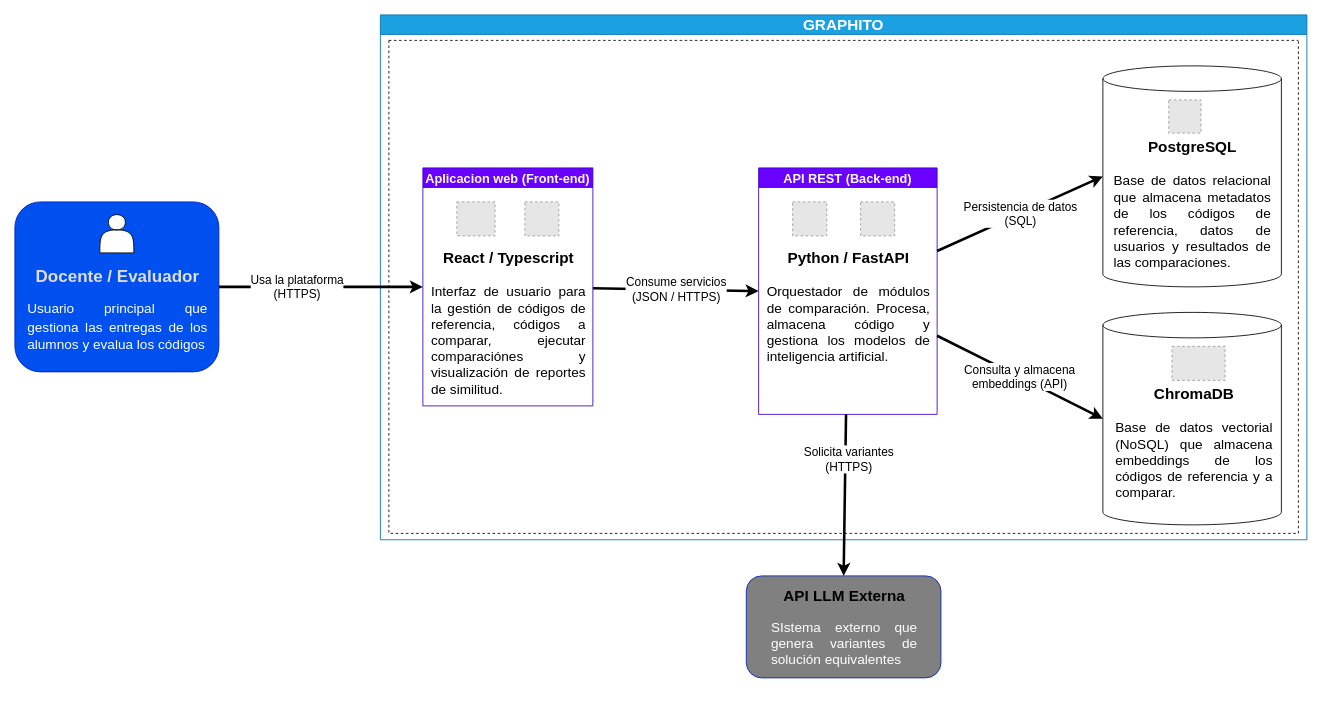
Above: Documentacion/diagramas/diagrama_arquitectura/diagrama_contenedores.drawio in SirDaarick/Graphito (draw.io), before the change. Source tidied: cells renumbered, new cells numbered last; positions are measured from the earlier drawing's top-left corner, leaving out a move shared by most shapes. Both pictures are drawn from the tidied source at 85%, with x=0, y=0 at pixel (14, 14). Pictures stored in the file or linked from it are replaced by grey dashed boxes.
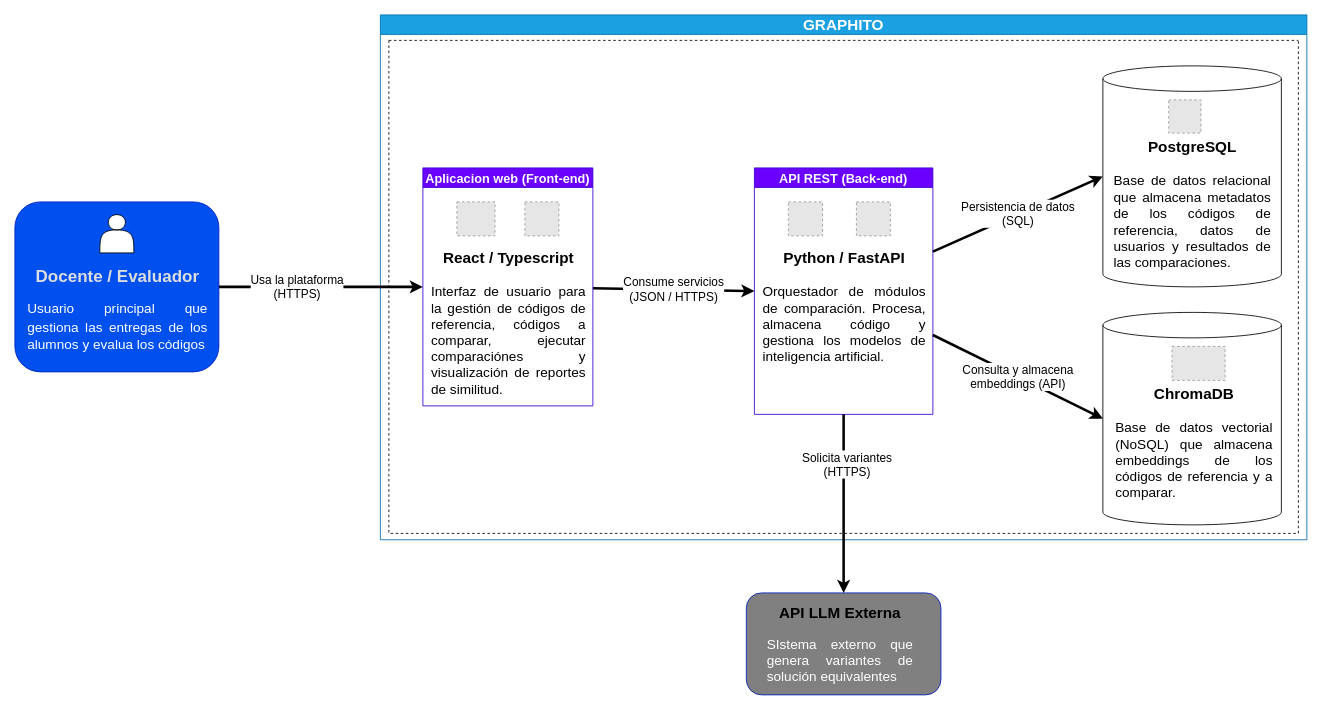
After the change.

Unchanged cells that the change refers to:
```xml
<mxCell id="3" style="swimlane;startSize=0;fontSize=14;dashed=1;" parent="2" vertex="1">
  <mxGeometry x="10" y="30" width="1070" height="580" as="geometry" />
</mxCell>
<mxCell id="11" value="&lt;h1&gt;&lt;/h1&gt;&lt;h2 style=&quot;text-align: center;&quot;&gt;Python / FastAPI&lt;/h2&gt;&lt;h4&gt;&lt;/h4&gt;&lt;h6&gt;&lt;/h6&gt;&lt;h4&gt;&lt;/h4&gt;&lt;h2&gt;&lt;/h2&gt;&lt;div style=&quot;text-align: justify; font-weight: 400;&quot;&gt;&lt;span style=&quot;background-color: initial;&quot;&gt;&lt;font style=&quot;font-size: 16px;&quot;&gt;Orquestador de módulos de comparación. Procesa, almacena código y gestiona los modelos de inteligencia artificial.&lt;/font&gt;&lt;/span&gt;&lt;/div&gt;&lt;div style=&quot;font-size: 12px; font-weight: 400; text-align: justify;&quot;&gt;&lt;/div&gt;&lt;p&gt;&lt;/p&gt;" style="text;html=1;strokeColor=none;fillColor=none;spacing=5;spacingTop=-20;whiteSpace=wrap;overflow=hidden;rounded=0;" parent="10" vertex="1">
  <mxGeometry x="5" y="90" width="200" height="200" as="geometry" />
</mxCell>
```

Change to the diagram source:
```diff
@@
     <mxCell id="10" value="&lt;font style=&quot;font-size: 15px;&quot;&gt;API REST (Back-end)&lt;/font&gt;" style="swimlane;whiteSpace=wrap;html=1;fontSize=16;fillColor=#6a00ff;fontColor=#ffffff;strokeColor=#3700CC;startSize=23;" parent="3" vertex="1">
-      <mxGeometry x="435" y="150" width="210" height="290" as="geometry" />
+      <mxGeometry x="430" y="150" width="210" height="290" as="geometry" />
     </mxCell>
@@
     <mxCell id="17" style="rounded=1;whiteSpace=wrap;html=1;fontSize=16;fillColor=#808080;fontColor=#ffffff;strokeColor=#001DBC;" parent="1" vertex="1">
-      <mxGeometry x="860.5" y="660" width="229" height="120" as="geometry" />
+      <mxGeometry x="860.5" y="680" width="229" height="120" as="geometry" />
     </mxCell>
@@
     <mxCell id="19" value="&lt;h1&gt;&lt;/h1&gt;&lt;h2 style=&quot;text-align: center;&quot;&gt;&lt;span style=&quot;text-align: justify; background-color: initial;&quot;&gt;API LLM Externa&lt;/span&gt;&lt;/h2&gt;&lt;p style=&quot;text-align: justify;&quot;&gt;&lt;span style=&quot;color: rgb(255, 255, 255); font-weight: 400;&quot;&gt;&lt;font style=&quot;font-size: 16px;&quot;&gt;SIstema externo que genera variantes de solución equivalentes&lt;/font&gt;&lt;/span&gt;&lt;/p&gt;&lt;h2 style=&quot;text-align: center;&quot;&gt;&lt;/h2&gt;&lt;h2 style=&quot;text-align: center;&quot;&gt;&lt;/h2&gt;&lt;div style=&quot;text-align: justify; font-size: 12px; font-weight: 400;&quot;&gt;&lt;/div&gt;&lt;div style=&quot;font-size: 12px; font-weight: 400; text-align: justify;&quot;&gt;&lt;/div&gt;&lt;p&gt;&lt;/p&gt;" style="text;html=1;strokeColor=none;fillColor=none;spacing=5;spacingTop=-20;whiteSpace=wrap;overflow=hidden;rounded=0;" parent="1" vertex="1">
-      <mxGeometry x="885" y="667.5" width="180" height="105" as="geometry" />
+      <mxGeometry x="880" y="687.5" width="180" height="105" as="geometry" />
     </mxCell>
@@
-    <mxCell id="25" value="&lt;font style=&quot;font-size: 14px;&quot;&gt;Solicita variantes&lt;br&gt;(HTTPS)&lt;/font&gt;" style="edgeStyle=none;html=1;entryX=0.5;entryY=0;entryDx=0;entryDy=0;strokeWidth=3;fontSize=12;" parent="1" edge="1" source="10" target="17">
+    <mxCell id="25" value="&lt;font style=&quot;font-size: 14px;&quot;&gt;Solicita variantes&lt;br&gt;(HTTPS)&lt;/font&gt;" style="edgeStyle=none;html=1;entryX=0.5;entryY=0;entryDx=0;entryDy=0;strokeWidth=3;fontSize=12;exitX=0.5;exitY=1;exitDx=0;exitDy=0;" parent="1" edge="1" source="11" target="17">
       <mxGeometry x="-0.44" y="4" relative="1" as="geometry" />
     </mxCell>
```
